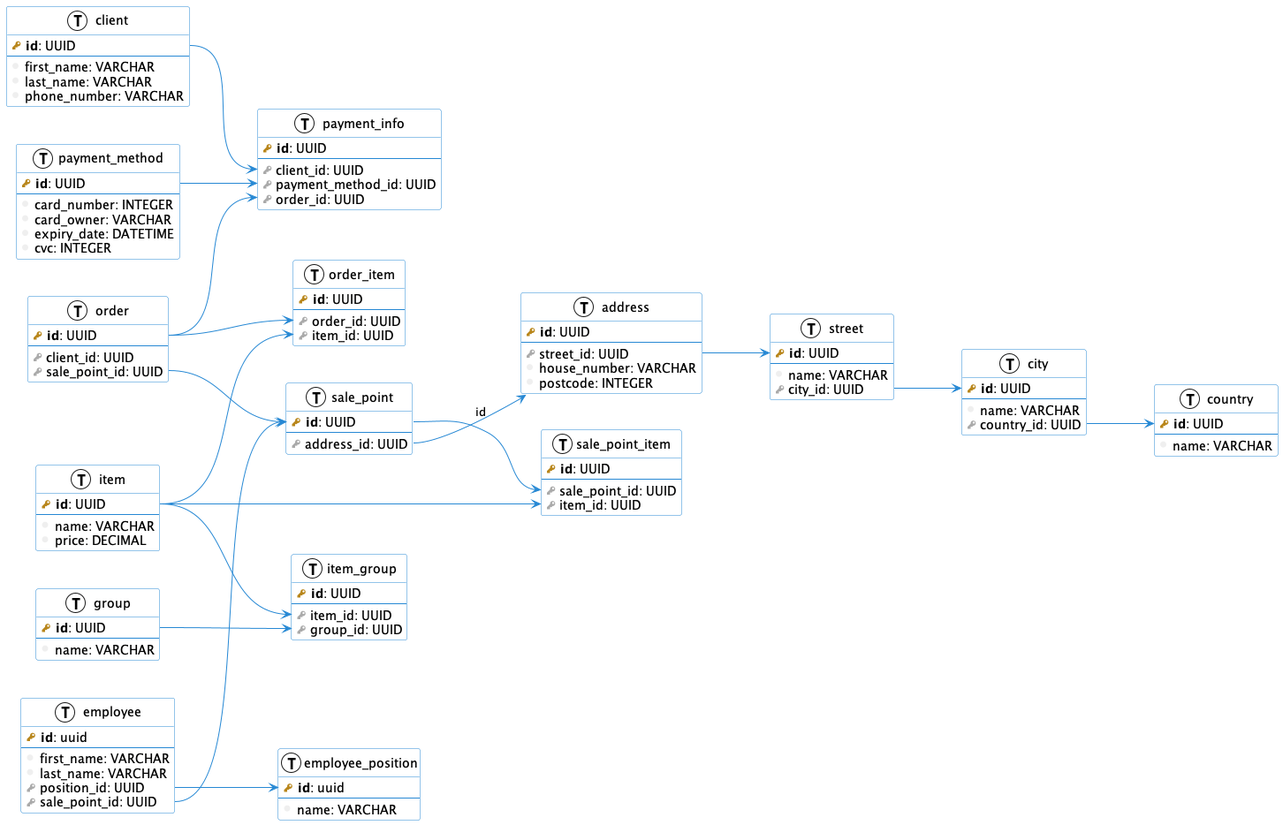
Above: db.png in danilshvalov/databases-lab (PlantUML), before the change.
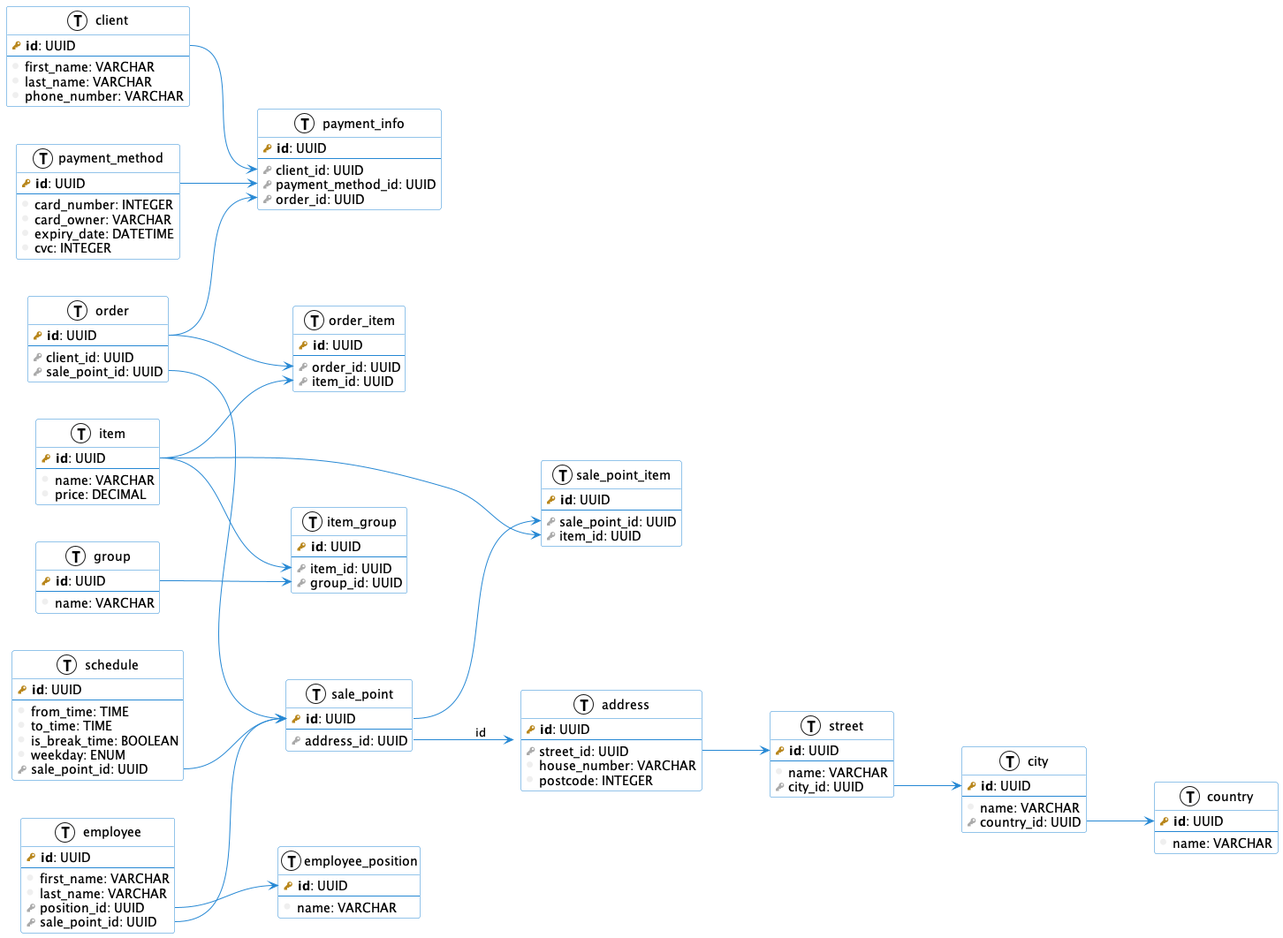
Later version of the same file.

Commit message:
feat(uml): add schedule for sale point

Diff of the diagram source:
```diff
@@ -115,7 +115,7 @@
 }
 
 table(employee) {
-    primary_key(id): uuid
+    primary_key(id): UUID
     --
     column(first_name): VARCHAR
     column(last_name): VARCHAR
@@ -124,9 +124,19 @@
 }
 
 table(employee_position) {
-    primary_key(id): uuid
+    primary_key(id): UUID
     --
     column(name): VARCHAR
+}
+
+table(schedule) {
+    primary_key(id): UUID
+    --
+    column(from_time): TIME
+    column(to_time): TIME
+    column(is_break_time): BOOLEAN
+    column(weekday): ENUM
+    foreign_key(sale_point_id): UUID
 }
 
 sale_point::id --> sale_point_item::sale_point_id
@@ -155,4 +165,6 @@
 employee::position_id --> employee_position::id
 employee::sale_point --> sale_point::id
 
+schedule::sale_point_id --> sale_point::id
+
 @enduml
```
